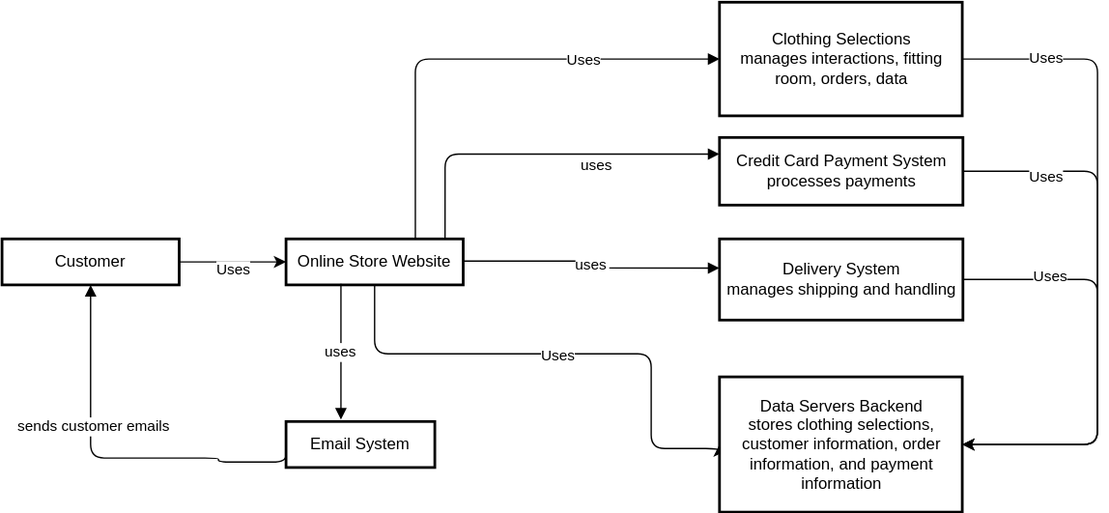
The draw.io diagram Level 2 Container Diagram.drawio.svg in Awesomenaut/Online_Shopping_Store, before a commit. Source tidied: cells renumbered, new cells last; positions are measured from the earlier drawing's top-left corner, leaving out a move shared by most shapes. Source of this version:
```xml
<mxGraphModel>
  <root>
    <mxCell id="0" />
    <mxCell id="1" parent="0" />
    <mxCell id="2" style="edgeStyle=orthogonalEdgeStyle;rounded=1;jettySize=auto;html=1;entryX=0;entryY=0.5;entryDx=0;entryDy=0;" parent="1" edge="1" source="4" target="24">
      <mxGeometry relative="1" as="geometry">
        <Array as="points">
          <mxPoint x="276" y="260" />
          <mxPoint x="480" y="260" />
          <mxPoint x="480" y="330" />
          <mxPoint x="531" y="330" />
        </Array>
      </mxGeometry>
    </mxCell>
    <mxCell id="3" value="Uses" style="edgeLabel;html=1;align=center;verticalAlign=middle;" parent="2" vertex="1">
      <mxGeometry x="-0.02" relative="1" as="geometry" />
    </mxCell>
    <mxCell id="4" value="Online Store Website" style="whiteSpace=wrap;strokeWidth=2;" parent="1" vertex="1">
      <mxGeometry x="210" y="175" width="131" height="34" as="geometry" />
    </mxCell>
    <mxCell id="5" style="edgeStyle=orthogonalEdgeStyle;rounded=1;jettySize=auto;html=1;entryX=1;entryY=0.5;entryDx=0;entryDy=0;" parent="1" edge="1" source="7" target="24">
      <mxGeometry relative="1" as="geometry">
        <Array as="points">
          <mxPoint x="810" y="42" />
          <mxPoint x="810" y="327" />
        </Array>
      </mxGeometry>
    </mxCell>
    <mxCell id="6" value="Uses" style="edgeLabel;html=1;align=center;verticalAlign=middle;" parent="5" vertex="1">
      <mxGeometry x="-0.75" y="2" relative="1" as="geometry" />
    </mxCell>
    <mxCell id="7" value="Clothing Selections&#10;manages interactions, fitting room, orders, data" style="whiteSpace=wrap;strokeWidth=2;" parent="1" vertex="1">
      <mxGeometry x="530.5" width="179.5" height="84" as="geometry" />
    </mxCell>
    <mxCell id="8" style="edgeStyle=orthogonalEdgeStyle;rounded=1;jettySize=auto;html=1;entryX=1;entryY=0.5;entryDx=0;entryDy=0;" parent="1" edge="1" source="10" target="24">
      <mxGeometry relative="1" as="geometry">
        <Array as="points">
          <mxPoint x="810" y="125" />
          <mxPoint x="810" y="327" />
        </Array>
      </mxGeometry>
    </mxCell>
    <mxCell id="9" value="Uses" style="edgeLabel;html=1;align=center;verticalAlign=middle;" parent="8" vertex="1">
      <mxGeometry x="-0.69" y="-3" relative="1" as="geometry" />
    </mxCell>
    <mxCell id="10" value="Credit Card Payment System&#10;processes payments" style="whiteSpace=wrap;strokeWidth=2;" parent="1" vertex="1">
      <mxGeometry x="530.5" y="100" width="180" height="50" as="geometry" />
    </mxCell>
    <mxCell id="11" style="edgeStyle=orthogonalEdgeStyle;rounded=1;jettySize=auto;html=1;entryX=1;entryY=0.5;entryDx=0;entryDy=0;" parent="1" edge="1" source="13" target="24">
      <mxGeometry relative="1" as="geometry">
        <Array as="points">
          <mxPoint x="810" y="205" />
          <mxPoint x="810" y="327" />
        </Array>
      </mxGeometry>
    </mxCell>
    <mxCell id="12" value="Uses" style="edgeLabel;html=1;align=center;verticalAlign=middle;" parent="11" vertex="1">
      <mxGeometry x="-0.6" y="3" relative="1" as="geometry" />
    </mxCell>
    <mxCell id="13" value="Delivery System&#10;manages shipping and handling" style="whiteSpace=wrap;strokeWidth=2;" parent="1" vertex="1">
      <mxGeometry x="530.5" y="175" width="180" height="60" as="geometry" />
    </mxCell>
    <mxCell id="14" value="Email System" style="whiteSpace=wrap;strokeWidth=2;" parent="1" vertex="1">
      <mxGeometry x="210" y="310" width="110" height="34" as="geometry" />
    </mxCell>
    <mxCell id="15" style="startArrow=none;endArrow=block;exitX=0.735170699694642;exitY=-0.011176417855655445;entryX=0;entryY=0.5;edgeStyle=orthogonalEdgeStyle;entryDx=0;entryDy=0;" parent="1" edge="1" source="4" target="7">
      <mxGeometry relative="1" as="geometry" />
    </mxCell>
    <mxCell id="16" value="Uses" style="edgeLabel;html=1;align=center;verticalAlign=middle;" parent="15" vertex="1">
      <mxGeometry x="-0.03" y="1" relative="1" as="geometry">
        <mxPoint x="83" y="1" as="offset" />
      </mxGeometry>
    </mxCell>
    <mxCell id="17" value="uses" style="startArrow=none;endArrow=block;exitX=0.9063760789692781;exitY=-0.011176417855655445;entryX=0.0002283244372502854;entryY=0.24570694057667034;edgeStyle=orthogonalEdgeStyle;" parent="1" edge="1" source="4" target="10">
      <mxGeometry x="0.32" y="-8" relative="1" as="geometry" />
    </mxCell>
    <mxCell id="18" value="uses" style="startArrow=none;endArrow=block;exitX=1.001755692576634;exitY=0.48235301410450654;entryX=0.001007789789244186;entryY=0.35892435486418023;edgeStyle=orthogonalEdgeStyle;" parent="1" edge="1" source="4" target="13">
      <mxGeometry relative="1" as="geometry" />
    </mxCell>
    <mxCell id="19" value="uses" style="startArrow=none;endArrow=block;exitX=0.31;exitY=0.974;entryX=0.369;entryY=-0.041;edgeStyle=orthogonalEdgeStyle;exitDx=0;exitDy=0;entryDx=0;entryDy=0;exitPerimeter=0;entryPerimeter=0;" parent="1" edge="1" source="4" target="14">
      <mxGeometry relative="1" as="geometry" />
    </mxCell>
    <mxCell id="20" value="sends customer emails" style="startArrow=none;endArrow=block;exitX=-0.003590878573330966;exitY=0.5850594229309988;entryX=0.5;entryY=1;edgeStyle=orthogonalEdgeStyle;entryDx=0;entryDy=0;" parent="1" edge="1" source="14" target="23">
      <mxGeometry x="0.09" y="-24" relative="1" as="geometry">
        <Array as="points">
          <mxPoint x="160" y="340" />
          <mxPoint x="160" y="337" />
          <mxPoint x="66" y="337" />
        </Array>
        <mxPoint x="1" as="offset" />
      </mxGeometry>
    </mxCell>
    <mxCell id="21" style="edgeStyle=orthogonalEdgeStyle;rounded=0;jettySize=auto;html=1;exitX=1;exitY=0.5;exitDx=0;exitDy=0;entryX=0;entryY=0.5;entryDx=0;entryDy=0;" parent="1" edge="1" source="23" target="4">
      <mxGeometry relative="1" as="geometry" />
    </mxCell>
    <mxCell id="22" value="Uses" style="edgeLabel;html=1;align=center;verticalAlign=middle;" parent="21" vertex="1">
      <mxGeometry x="0.24" relative="1" as="geometry">
        <mxPoint x="-10" y="5" as="offset" />
      </mxGeometry>
    </mxCell>
    <mxCell id="23" value="Customer" style="whiteSpace=wrap;strokeWidth=2;" parent="1" vertex="1">
      <mxGeometry y="175" width="131" height="34" as="geometry" />
    </mxCell>
    <mxCell id="24" value="Data Servers Backend&#10;stores clothing selections, customer information, order information, and payment information" style="whiteSpace=wrap;strokeWidth=2;" parent="1" vertex="1">
      <mxGeometry x="530.5" y="277" width="179.5" height="100" as="geometry" />
    </mxCell>
  </root>
</mxGraphModel>
```
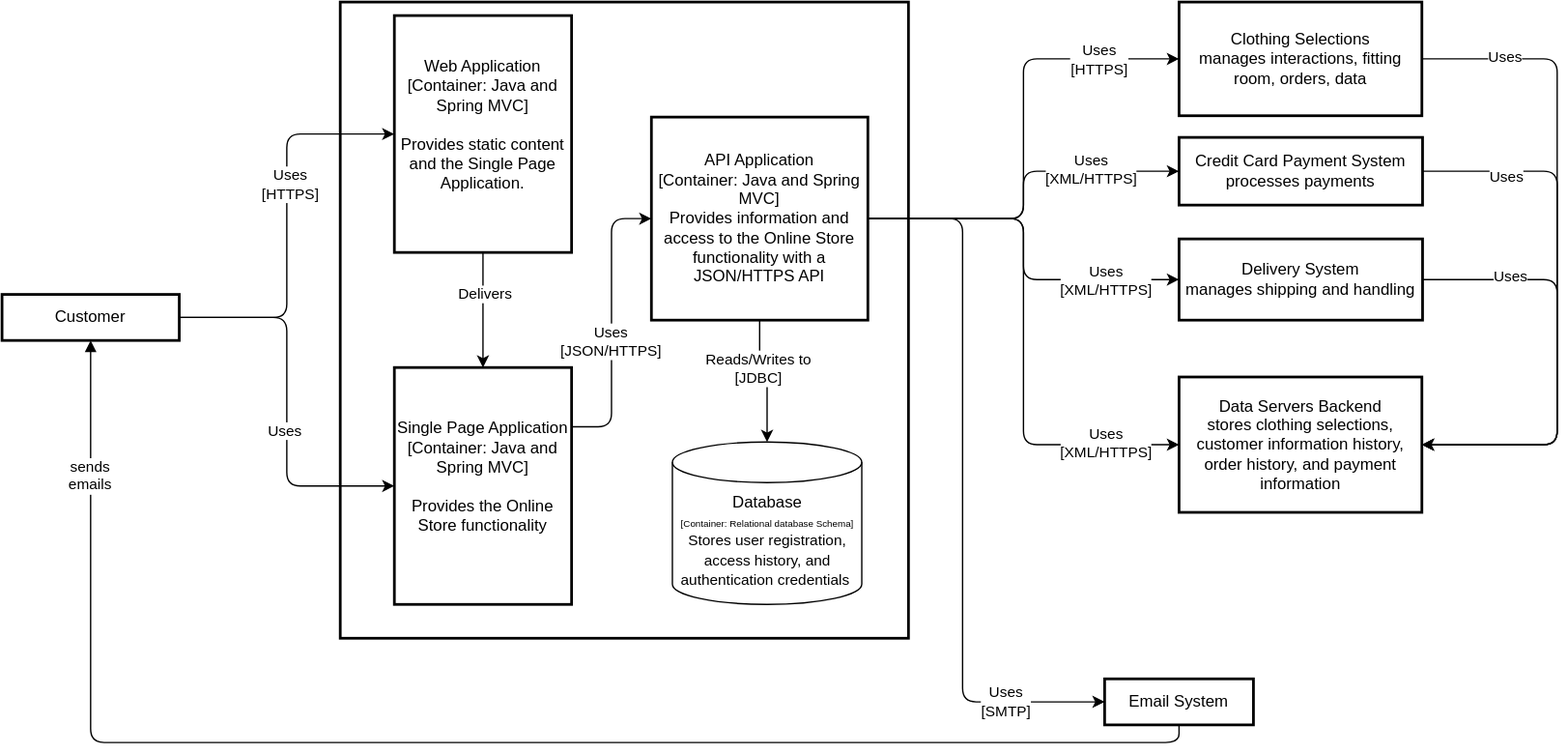
Above is the later version.

Diff of the diagram source:
```diff
@@ -2,21 +2,8 @@
   <root>
     <mxCell id="0" />
     <mxCell id="1" parent="0" />
-    <mxCell id="2" style="edgeStyle=orthogonalEdgeStyle;rounded=1;jettySize=auto;html=1;entryX=0;entryY=0.5;entryDx=0;entryDy=0;" parent="1" edge="1" source="4" target="24">
-      <mxGeometry relative="1" as="geometry">
-        <Array as="points">
-          <mxPoint x="276" y="260" />
-          <mxPoint x="480" y="260" />
-          <mxPoint x="480" y="330" />
-          <mxPoint x="531" y="330" />
-        </Array>
-      </mxGeometry>
-    </mxCell>
-    <mxCell id="3" value="Uses" style="edgeLabel;html=1;align=center;verticalAlign=middle;" parent="2" vertex="1">
-      <mxGeometry x="-0.02" relative="1" as="geometry" />
-    </mxCell>
-    <mxCell id="4" value="Online Store Website" style="whiteSpace=wrap;strokeWidth=2;" parent="1" vertex="1">
-      <mxGeometry x="210" y="175" width="131" height="34" as="geometry" />
+    <mxCell id="4" style="whiteSpace=wrap;strokeWidth=2;" parent="1" vertex="1">
+      <mxGeometry x="-89.5" width="420" height="470" as="geometry" />
     </mxCell>
     <mxCell id="5" style="edgeStyle=orthogonalEdgeStyle;rounded=1;jettySize=auto;html=1;entryX=1;entryY=0.5;entryDx=0;entryDy=0;" parent="1" edge="1" source="7" target="24">
       <mxGeometry relative="1" as="geometry">
@@ -61,48 +48,104 @@
       <mxGeometry x="530.5" y="175" width="180" height="60" as="geometry" />
     </mxCell>
     <mxCell id="14" value="Email System" style="whiteSpace=wrap;strokeWidth=2;" parent="1" vertex="1">
-      <mxGeometry x="210" y="310" width="110" height="34" as="geometry" />
+      <mxGeometry x="475.5" y="500" width="110" height="34" as="geometry" />
     </mxCell>
-    <mxCell id="15" style="startArrow=none;endArrow=block;exitX=0.735170699694642;exitY=-0.011176417855655445;entryX=0;entryY=0.5;edgeStyle=orthogonalEdgeStyle;entryDx=0;entryDy=0;" parent="1" edge="1" source="4" target="7">
-      <mxGeometry relative="1" as="geometry" />
-    </mxCell>
-    <mxCell id="16" value="Uses" style="edgeLabel;html=1;align=center;verticalAlign=middle;" parent="15" vertex="1">
-      <mxGeometry x="-0.03" y="1" relative="1" as="geometry">
-        <mxPoint x="83" y="1" as="offset" />
-      </mxGeometry>
-    </mxCell>
-    <mxCell id="17" value="uses" style="startArrow=none;endArrow=block;exitX=0.9063760789692781;exitY=-0.011176417855655445;entryX=0.0002283244372502854;entryY=0.24570694057667034;edgeStyle=orthogonalEdgeStyle;" parent="1" edge="1" source="4" target="10">
-      <mxGeometry x="0.32" y="-8" relative="1" as="geometry" />
-    </mxCell>
-    <mxCell id="18" value="uses" style="startArrow=none;endArrow=block;exitX=1.001755692576634;exitY=0.48235301410450654;entryX=0.001007789789244186;entryY=0.35892435486418023;edgeStyle=orthogonalEdgeStyle;" parent="1" edge="1" source="4" target="13">
-      <mxGeometry relative="1" as="geometry" />
-    </mxCell>
-    <mxCell id="19" value="uses" style="startArrow=none;endArrow=block;exitX=0.31;exitY=0.974;entryX=0.369;entryY=-0.041;edgeStyle=orthogonalEdgeStyle;exitDx=0;exitDy=0;entryDx=0;entryDy=0;exitPerimeter=0;entryPerimeter=0;" parent="1" edge="1" source="4" target="14">
-      <mxGeometry relative="1" as="geometry" />
-    </mxCell>
-    <mxCell id="20" value="sends customer emails" style="startArrow=none;endArrow=block;exitX=-0.003590878573330966;exitY=0.5850594229309988;entryX=0.5;entryY=1;edgeStyle=orthogonalEdgeStyle;entryDx=0;entryDy=0;" parent="1" edge="1" source="14" target="23">
-      <mxGeometry x="0.09" y="-24" relative="1" as="geometry">
+    <mxCell id="20" value="sends &#10;emails" style="startArrow=none;endArrow=block;exitX=0.5;exitY=1;entryX=0.5;entryY=1;edgeStyle=orthogonalEdgeStyle;entryDx=0;entryDy=0;exitDx=0;exitDy=0;" parent="1" edge="1" source="14" target="23">
+      <mxGeometry x="0.82" relative="1" as="geometry">
         <Array as="points">
-          <mxPoint x="160" y="340" />
-          <mxPoint x="160" y="337" />
-          <mxPoint x="66" y="337" />
+          <mxPoint x="530.5" y="547" />
+          <mxPoint x="-273.5" y="547" />
         </Array>
-        <mxPoint x="1" as="offset" />
       </mxGeometry>
     </mxCell>
-    <mxCell id="21" style="edgeStyle=orthogonalEdgeStyle;rounded=0;jettySize=auto;html=1;exitX=1;exitY=0.5;exitDx=0;exitDy=0;entryX=0;entryY=0.5;entryDx=0;entryDy=0;" parent="1" edge="1" source="23" target="4">
-      <mxGeometry relative="1" as="geometry" />
-    </mxCell>
-    <mxCell id="22" value="Uses" style="edgeLabel;html=1;align=center;verticalAlign=middle;" parent="21" vertex="1">
-      <mxGeometry x="0.24" relative="1" as="geometry">
-        <mxPoint x="-10" y="5" as="offset" />
-      </mxGeometry>
-    </mxCell>
+    <mxCell id="25" style="edgeStyle=orthogonalEdgeStyle;rounded=1;jettySize=auto;html=1;exitX=1;exitY=0.5;exitDx=0;exitDy=0;entryX=0;entryY=0.5;entryDx=0;entryDy=0;" parent="1" edge="1" source="23" target="45">
+      <mxGeometry relative="1" as="geometry" />
+    </mxCell>
+    <mxCell id="26" value="Uses&lt;br&gt;[HTTPS]" style="edgeLabel;html=1;align=center;verticalAlign=middle;" parent="25" vertex="1">
+      <mxGeometry x="0.21" y="-2" relative="1" as="geometry" />
+    </mxCell>
+    <mxCell id="27" style="edgeStyle=orthogonalEdgeStyle;rounded=1;jettySize=auto;html=1;exitX=1;exitY=0.5;exitDx=0;exitDy=0;entryX=0;entryY=0.5;entryDx=0;entryDy=0;" parent="1" edge="1" source="23" target="48">
+      <mxGeometry relative="1" as="geometry" />
+    </mxCell>
+    <mxCell id="28" value="Uses" style="edgeLabel;html=1;align=center;verticalAlign=middle;" parent="27" vertex="1">
+      <mxGeometry x="0.15" y="-2" relative="1" as="geometry" />
+    </mxCell>
     <mxCell id="23" value="Customer" style="whiteSpace=wrap;strokeWidth=2;" parent="1" vertex="1">
-      <mxGeometry y="175" width="131" height="34" as="geometry" />
+      <mxGeometry x="-339.5" y="216" width="131" height="34" as="geometry" />
     </mxCell>
-    <mxCell id="24" value="Data Servers Backend&#10;stores clothing selections, customer information, order information, and payment information" style="whiteSpace=wrap;strokeWidth=2;" parent="1" vertex="1">
+    <mxCell id="24" value="Data Servers Backend&#10;stores clothing selections, customer information history, order history, and payment information" style="whiteSpace=wrap;strokeWidth=2;" parent="1" vertex="1">
       <mxGeometry x="530.5" y="277" width="179.5" height="100" as="geometry" />
     </mxCell>
+    <mxCell id="29" value="Database&lt;br style=&quot;font-size: 11px;&quot;&gt;&lt;font style=&quot;font-size: 11px;&quot;&gt;&lt;span style=&quot;font-size: 7px;&quot;&gt;[Container: Relational database Schema]&lt;/span&gt;&lt;br&gt;&lt;font style=&quot;font-size: 11px;&quot;&gt;Stores user registration, access history, and authentication credentials&lt;/font&gt;&lt;/font&gt;&lt;font style=&quot;font-size: 11px;&quot;&gt;&lt;font style=&quot;font-size: 11px;&quot;&gt;&amp;nbsp;&lt;/font&gt;&lt;br&gt;&lt;/font&gt;" style="shape=cylinder3;whiteSpace=wrap;html=1;boundedLbl=1;backgroundOutline=1;size=15;" parent="1" vertex="1">
+      <mxGeometry x="156" y="325" width="140" height="120" as="geometry" />
+    </mxCell>
+    <mxCell id="30" style="edgeStyle=orthogonalEdgeStyle;rounded=0;jettySize=auto;html=1;exitX=0.5;exitY=1;exitDx=0;exitDy=0;entryX=0.5;entryY=0;entryDx=0;entryDy=0;entryPerimeter=0;" parent="1" edge="1" source="42" target="29">
+      <mxGeometry relative="1" as="geometry" />
+    </mxCell>
+    <mxCell id="31" value="Reads/Writes to&lt;br&gt;[JDBC]" style="edgeLabel;html=1;align=center;verticalAlign=middle;" parent="30" vertex="1">
+      <mxGeometry x="-0.26" y="-2" relative="1" as="geometry" />
+    </mxCell>
+    <mxCell id="32" style="edgeStyle=orthogonalEdgeStyle;rounded=1;jettySize=auto;html=1;exitX=1;exitY=0.5;exitDx=0;exitDy=0;entryX=0;entryY=0.5;entryDx=0;entryDy=0;" parent="1" edge="1" source="42" target="7">
+      <mxGeometry relative="1" as="geometry" />
+    </mxCell>
+    <mxCell id="33" value="Uses&lt;br&gt;[HTTPS]" style="edgeLabel;html=1;align=center;verticalAlign=middle;fontSize=11;fontFamily=Helvetica;fontColor=default;" parent="32" vertex="1">
+      <mxGeometry x="0.66" relative="1" as="geometry" />
+    </mxCell>
+    <mxCell id="34" style="edgeStyle=orthogonalEdgeStyle;shape=connector;rounded=1;jettySize=auto;html=1;exitX=1;exitY=0.5;exitDx=0;exitDy=0;entryX=0;entryY=0.5;entryDx=0;entryDy=0;labelBackgroundColor=default;strokeColor=default;fontFamily=Helvetica;fontSize=11;fontColor=default;endArrow=classic;" parent="1" edge="1" source="42" target="10">
+      <mxGeometry relative="1" as="geometry" />
+    </mxCell>
+    <mxCell id="35" value="Uses&lt;br&gt;[XML/HTTPS]" style="edgeLabel;html=1;align=center;verticalAlign=middle;fontSize=11;fontFamily=Helvetica;fontColor=default;" parent="34" vertex="1">
+      <mxGeometry x="0.5" y="2" relative="1" as="geometry" />
+    </mxCell>
+    <mxCell id="36" style="edgeStyle=orthogonalEdgeStyle;shape=connector;rounded=1;jettySize=auto;html=1;exitX=1;exitY=0.5;exitDx=0;exitDy=0;entryX=0;entryY=0.5;entryDx=0;entryDy=0;labelBackgroundColor=default;strokeColor=default;fontFamily=Helvetica;fontSize=11;fontColor=default;endArrow=classic;" parent="1" edge="1" source="42" target="13">
+      <mxGeometry relative="1" as="geometry" />
+    </mxCell>
+    <mxCell id="37" value="Uses&lt;br&gt;[XML/HTTPS]" style="edgeLabel;html=1;align=center;verticalAlign=middle;fontSize=11;fontFamily=Helvetica;fontColor=default;" parent="36" vertex="1">
+      <mxGeometry x="0.37" y="1" relative="1" as="geometry">
+        <mxPoint x="31" y="1" as="offset" />
+      </mxGeometry>
+    </mxCell>
+    <mxCell id="38" style="edgeStyle=orthogonalEdgeStyle;shape=connector;rounded=1;jettySize=auto;html=1;entryX=0;entryY=0.5;entryDx=0;entryDy=0;labelBackgroundColor=default;strokeColor=default;fontFamily=Helvetica;fontSize=11;fontColor=default;endArrow=classic;" parent="1" edge="1" source="42" target="14">
+      <mxGeometry relative="1" as="geometry">
+        <Array as="points">
+          <mxPoint x="370.5" y="160" />
+          <mxPoint x="370.5" y="517" />
+        </Array>
+      </mxGeometry>
+    </mxCell>
+    <mxCell id="39" value="Uses&lt;br&gt;[SMTP]" style="edgeLabel;html=1;align=center;verticalAlign=middle;fontSize=11;fontFamily=Helvetica;fontColor=default;" parent="38" vertex="1">
+      <mxGeometry x="0.72" y="1" relative="1" as="geometry" />
+    </mxCell>
+    <mxCell id="40" style="edgeStyle=orthogonalEdgeStyle;shape=connector;rounded=1;jettySize=auto;html=1;exitX=1;exitY=0.5;exitDx=0;exitDy=0;entryX=0;entryY=0.5;entryDx=0;entryDy=0;labelBackgroundColor=default;strokeColor=default;fontFamily=Helvetica;fontSize=11;fontColor=default;endArrow=classic;" parent="1" edge="1" source="42" target="24">
+      <mxGeometry relative="1" as="geometry" />
+    </mxCell>
+    <mxCell id="41" value="Uses&lt;br&gt;[XML/HTTPS]" style="edgeLabel;html=1;align=center;verticalAlign=middle;fontSize=11;fontFamily=Helvetica;fontColor=default;" parent="40" vertex="1">
+      <mxGeometry x="0.64" y="3" relative="1" as="geometry">
+        <mxPoint x="17" y="1" as="offset" />
+      </mxGeometry>
+    </mxCell>
+    <mxCell id="42" value="API Application&#10;[Container: Java and Spring MVC]&#10;Provides information and access to the Online Store functionality with a JSON/HTTPS API" style="whiteSpace=wrap;strokeWidth=2;fontSize=12;" parent="1" vertex="1">
+      <mxGeometry x="140.5" y="85" width="160" height="150" as="geometry" />
+    </mxCell>
+    <mxCell id="43" style="edgeStyle=orthogonalEdgeStyle;rounded=0;jettySize=auto;html=1;exitX=0.5;exitY=1;exitDx=0;exitDy=0;entryX=0.5;entryY=0;entryDx=0;entryDy=0;" parent="1" edge="1" source="45" target="48">
+      <mxGeometry relative="1" as="geometry" />
+    </mxCell>
+    <mxCell id="44" value="Delivers" style="edgeLabel;html=1;align=center;verticalAlign=middle;" parent="43" vertex="1">
+      <mxGeometry x="-0.29" y="1" relative="1" as="geometry" />
+    </mxCell>
+    <mxCell id="45" value="Web Application&#10;[Container: Java and Spring MVC]&#10;&#10;Provides static content and the Single Page Application.&#10;" style="whiteSpace=wrap;strokeWidth=2;fontSize=12;" parent="1" vertex="1">
+      <mxGeometry x="-49.5" y="10" width="131" height="175" as="geometry" />
+    </mxCell>
+    <mxCell id="46" style="edgeStyle=orthogonalEdgeStyle;rounded=1;jettySize=auto;html=1;exitX=1;exitY=0.25;exitDx=0;exitDy=0;entryX=0;entryY=0.5;entryDx=0;entryDy=0;" parent="1" edge="1" source="48" target="42">
+      <mxGeometry relative="1" as="geometry" />
+    </mxCell>
+    <mxCell id="47" value="Uses&lt;br&gt;[JSON/HTTPS]" style="edgeLabel;html=1;align=center;verticalAlign=middle;" parent="46" vertex="1">
+      <mxGeometry x="-0.23" y="1" relative="1" as="geometry">
+        <mxPoint y="-11" as="offset" />
+      </mxGeometry>
+    </mxCell>
+    <mxCell id="48" value="Single Page Application&#10;[Container: Java and Spring MVC]&#10;&#10;Provides the Online Store functionality&#10;" style="whiteSpace=wrap;strokeWidth=2;fontSize=12;" parent="1" vertex="1">
+      <mxGeometry x="-49.5" y="270" width="131" height="175" as="geometry" />
+    </mxCell>
   </root>
 </mxGraphModel>
```
